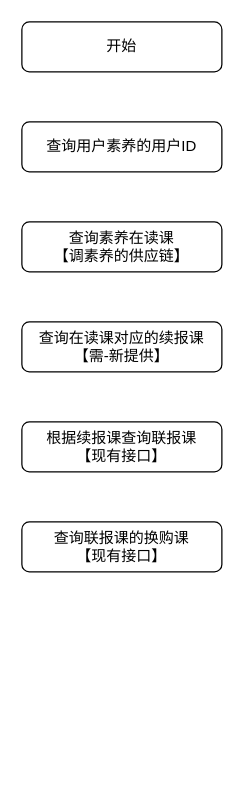
Earlier version of the draw.io diagram xiwang/幼升小.drawio (LanSeTianYe/draw). Source tidied: cells renumbered, new cells numbered last; positions are measured from the earlier drawing's top-left corner, leaving out a move shared by most shapes. Both pictures are drawn from the tidied source at 125%, with x=0, y=0 at pixel (21, 21).
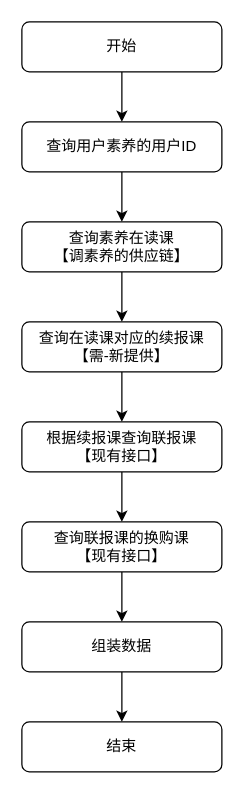
The same page after the edit.

Commit message (it also covers changes not shown here):
更新幼升小.drawio

Change to the diagram source:
```diff
@@
 <mxGraphModel>
   <root>
     <mxCell id="0" />
     <mxCell id="1" parent="0" />
+    <mxCell id="8" style="edgeStyle=orthogonalEdgeStyle;rounded=0;jettySize=auto;html=1;exitX=0.5;exitY=1;exitDx=0;exitDy=0;entryX=0.5;entryY=0;entryDx=0;entryDy=0;" parent="1" edge="1" source="2" target="3">
+      <mxGeometry relative="1" as="geometry" />
+    </mxCell>
     <mxCell id="2" value="开始" style="rounded=1;whiteSpace=wrap;html=1;" parent="1" vertex="1">
       <mxGeometry width="160" height="40" as="geometry" />
     </mxCell>
+    <mxCell id="9" style="edgeStyle=orthogonalEdgeStyle;rounded=0;jettySize=auto;html=1;exitX=0.5;exitY=1;exitDx=0;exitDy=0;" parent="1" edge="1" source="3" target="4">
+      <mxGeometry relative="1" as="geometry" />
+    </mxCell>
     <mxCell id="3" value="查询用户素养的用户ID" style="rounded=1;whiteSpace=wrap;html=1;" parent="1" vertex="1">
       <mxGeometry y="80" width="160" height="40" as="geometry" />
     </mxCell>
+    <mxCell id="10" style="edgeStyle=orthogonalEdgeStyle;rounded=0;jettySize=auto;html=1;exitX=0.5;exitY=1;exitDx=0;exitDy=0;" parent="1" edge="1" source="4" target="5">
+      <mxGeometry relative="1" as="geometry" />
+    </mxCell>
     <mxCell id="4" value="查询素养在读课&lt;div&gt;【调素养的供应链】&lt;/div&gt;" style="rounded=1;whiteSpace=wrap;html=1;" parent="1" vertex="1">
       <mxGeometry y="160" width="160" height="40" as="geometry" />
     </mxCell>
+    <mxCell id="11" style="edgeStyle=orthogonalEdgeStyle;rounded=0;jettySize=auto;html=1;exitX=0.5;exitY=1;exitDx=0;exitDy=0;entryX=0.5;entryY=0;entryDx=0;entryDy=0;" parent="1" edge="1" source="5" target="6">
+      <mxGeometry relative="1" as="geometry" />
+    </mxCell>
     <mxCell id="5" value="查询在读课对应的续报课&lt;br&gt;&lt;div&gt;【需-新提供】&lt;/div&gt;" style="rounded=1;whiteSpace=wrap;html=1;" parent="1" vertex="1">
       <mxGeometry y="240" width="160" height="40" as="geometry" />
     </mxCell>
+    <mxCell id="12" style="edgeStyle=orthogonalEdgeStyle;rounded=0;jettySize=auto;html=1;exitX=0.5;exitY=1;exitDx=0;exitDy=0;entryX=0.5;entryY=0;entryDx=0;entryDy=0;" parent="1" edge="1" source="6" target="7">
+      <mxGeometry relative="1" as="geometry" />
+    </mxCell>
     <mxCell id="6" value="根据续报课查询联报课&lt;br&gt;&lt;div&gt;【现有接口】&lt;/div&gt;" style="rounded=1;whiteSpace=wrap;html=1;" parent="1" vertex="1">
       <mxGeometry y="320" width="160" height="40" as="geometry" />
     </mxCell>
+    <mxCell id="13" style="edgeStyle=orthogonalEdgeStyle;rounded=0;jettySize=auto;html=1;exitX=0.5;exitY=1;exitDx=0;exitDy=0;" parent="1" edge="1" source="7" target="15">
+      <mxGeometry relative="1" as="geometry" />
+    </mxCell>
     <mxCell id="7" value="查询联报课的换购课&lt;div&gt;【现有接口】&lt;/div&gt;" style="rounded=1;whiteSpace=wrap;html=1;" parent="1" vertex="1">
       <mxGeometry y="400" width="160" height="40" as="geometry" />
     </mxCell>
+    <mxCell id="14" style="edgeStyle=orthogonalEdgeStyle;rounded=0;jettySize=auto;html=1;exitX=0.5;exitY=1;exitDx=0;exitDy=0;entryX=0.5;entryY=0;entryDx=0;entryDy=0;" parent="1" edge="1" source="15" target="16">
+      <mxGeometry relative="1" as="geometry" />
+    </mxCell>
+    <mxCell id="15" value="组装数据" style="rounded=1;whiteSpace=wrap;html=1;" parent="1" vertex="1">
+      <mxGeometry y="480" width="160" height="40" as="geometry" />
+    </mxCell>
+    <mxCell id="16" value="结束" style="rounded=1;whiteSpace=wrap;html=1;" parent="1" vertex="1">
+      <mxGeometry y="560" width="160" height="40" as="geometry" />
+    </mxCell>
   </root>
 </mxGraphModel>
```
